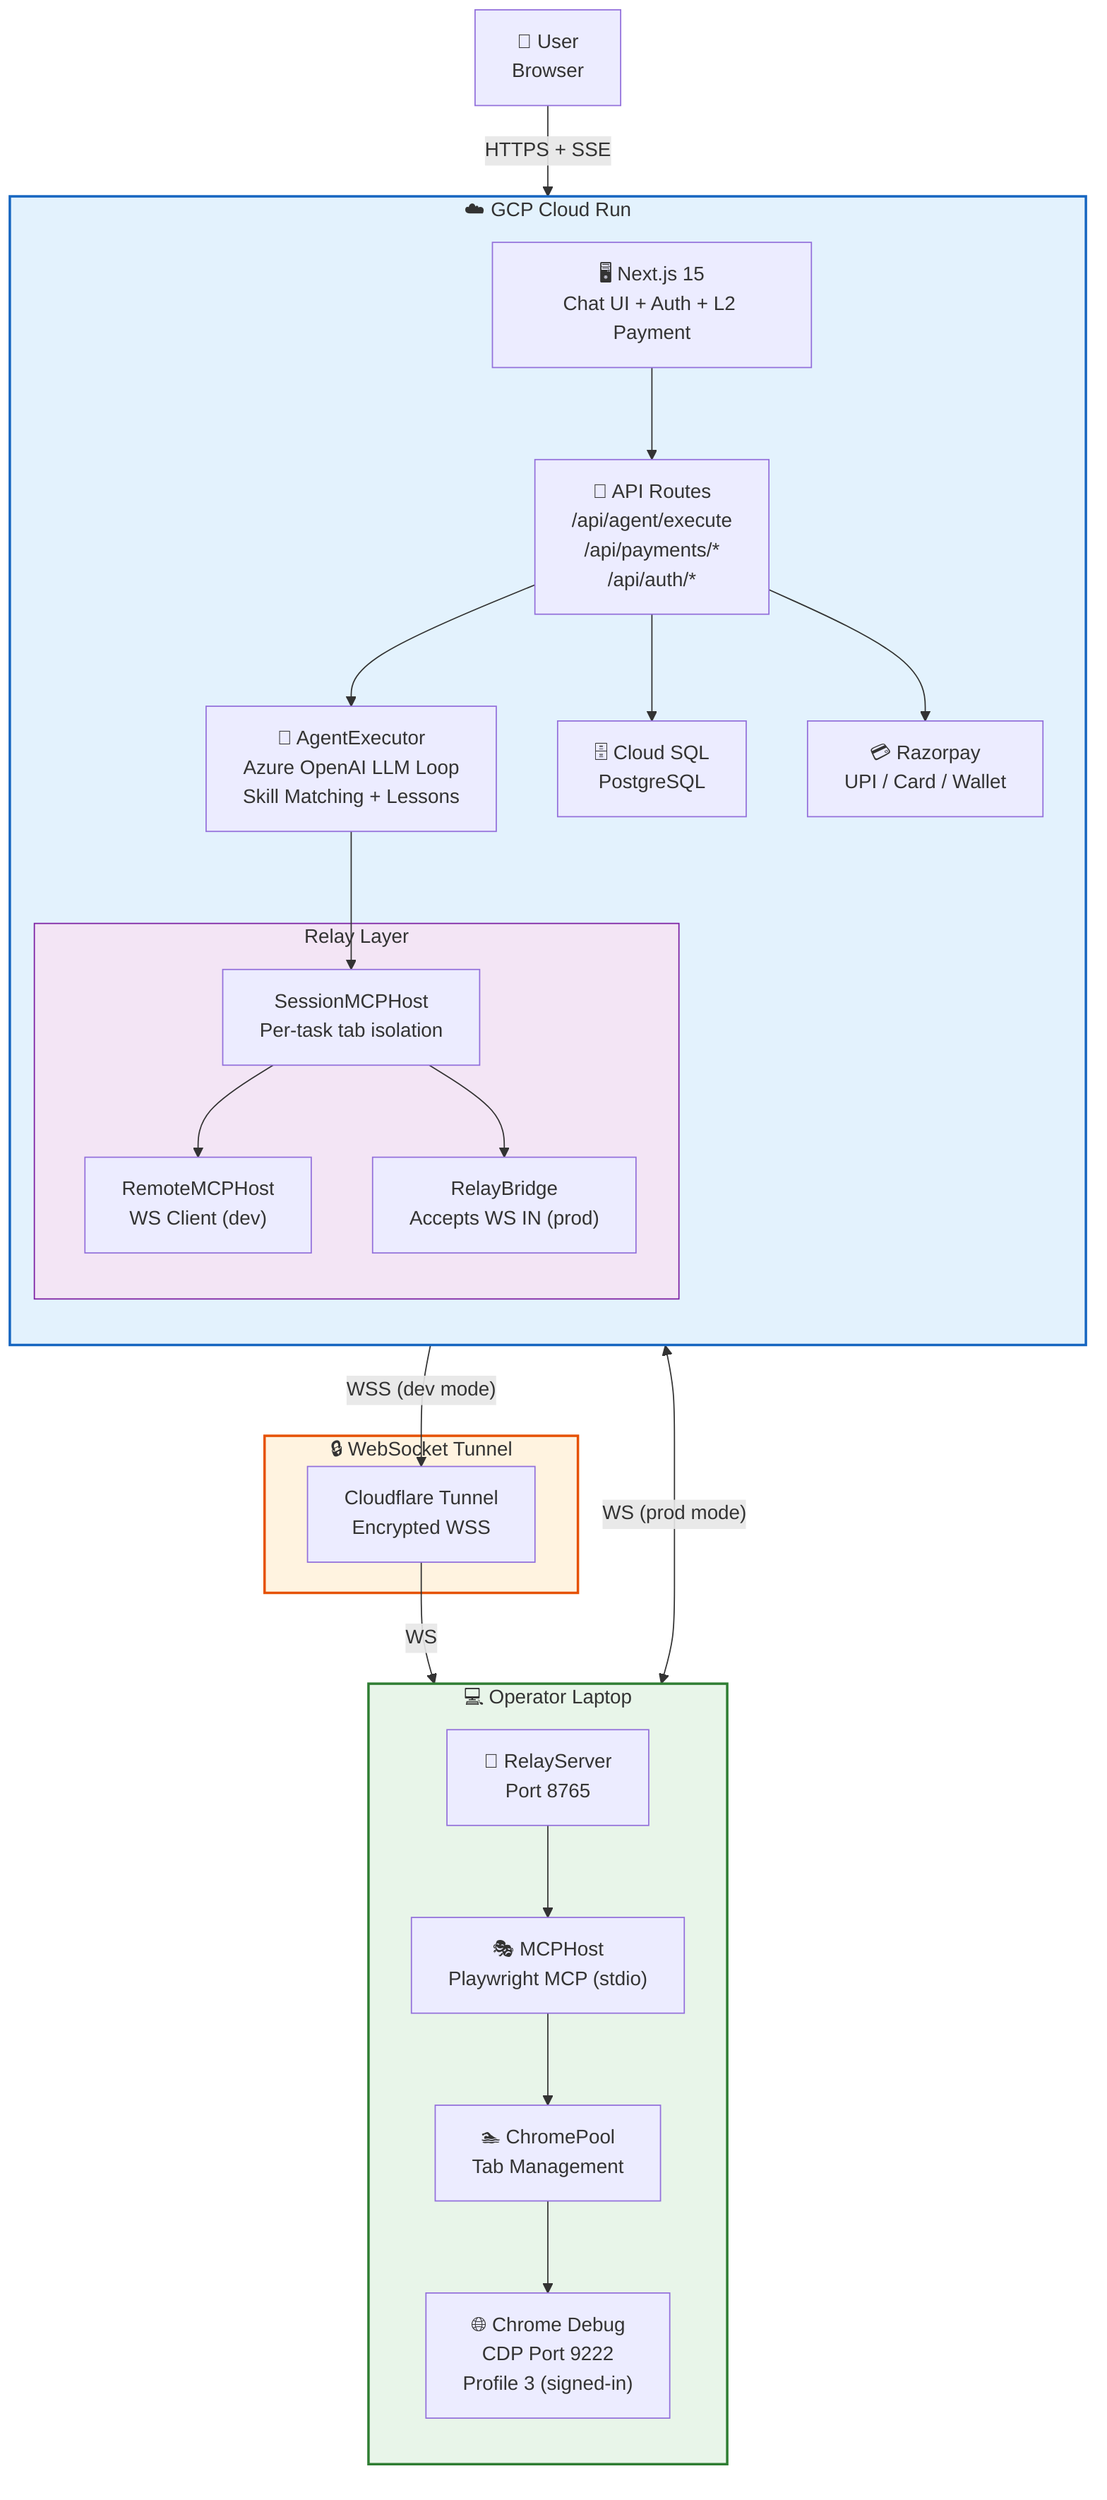
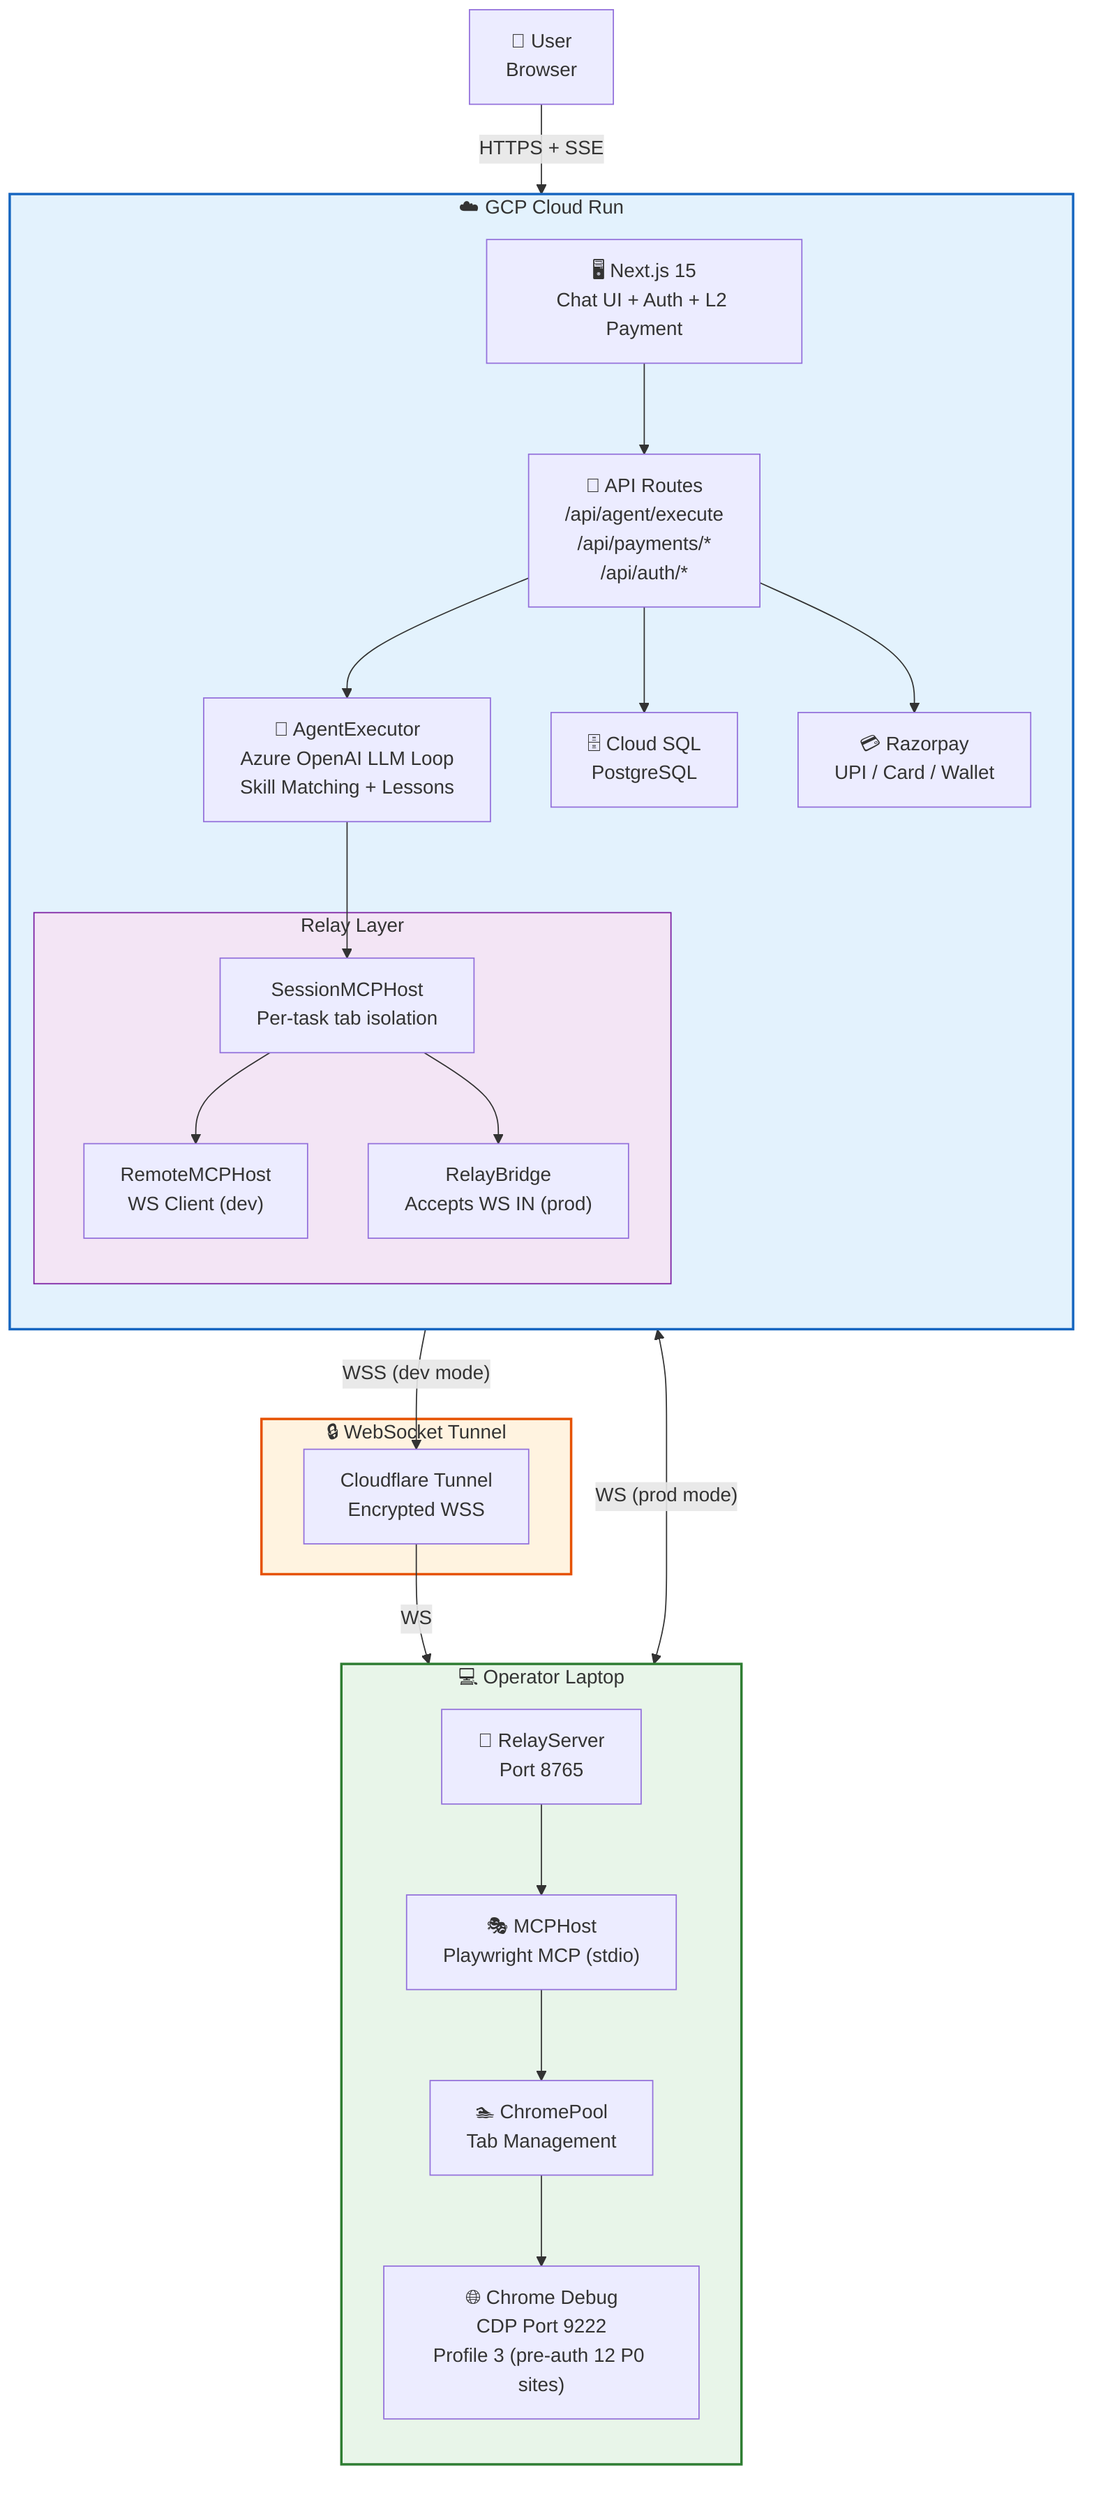
graph TB
    subgraph CLOUD["☁️ GCP Cloud Run"]
        direction TB
        UI["🖥️ Next.js 15<br/>Chat UI + Auth + L2 Payment"]
        API["📡 API Routes<br/>/api/agent/execute<br/>/api/payments/*<br/>/api/auth/*"]
        AGENT["🤖 AgentExecutor<br/>Azure OpenAI LLM Loop<br/>Skill Matching + Lessons"]
        DB["🗄️ Cloud SQL<br/>PostgreSQL"]
        PAY["💳 Razorpay<br/>UPI / Card / Wallet"]

        subgraph RELAY_CLOUD["Relay Layer"]
            SMCP["SessionMCPHost<br/>Per-task tab isolation"]
            RMCP["RemoteMCPHost<br/>WS Client (dev)"]
            RB["RelayBridge<br/>Accepts WS IN (prod)"]
        end

        UI --> API
        API --> AGENT
        AGENT --> SMCP
        SMCP --> RMCP
        SMCP --> RB
        API --> DB
        API --> PAY
    end

    subgraph TUNNEL["🔒 WebSocket Tunnel"]
        CF["Cloudflare Tunnel<br/>Encrypted WSS"]
    end

    subgraph LAPTOP["💻 Operator Laptop"]
        direction TB
        RS["📡 RelayServer<br/>Port 8765"]
        MCP["🎭 MCPHost<br/>Playwright MCP (stdio)"]
        POOL["🏊 ChromePool<br/>Tab Management"]
-         CHROME["🌐 Chrome Debug<br/>CDP Port 9222<br/>Profile 3 (signed-in)"]
+         CHROME["🌐 Chrome Debug<br/>CDP Port 9222<br/>Profile 3 (pre-auth 12 P0 sites)"]

        RS --> MCP
        MCP --> POOL
        POOL --> CHROME
    end

    USER["👤 User<br/>Browser"] -->|"HTTPS + SSE"| UI
    RMCP -->|"WSS (dev mode)"| CF
    CF -->|"WS"| RS
    RB <-->|"WS (prod mode)"| RS

    style CLOUD fill:#e3f2fd,stroke:#1565c0,stroke-width:2px
    style LAPTOP fill:#e8f5e9,stroke:#2e7d32,stroke-width:2px
    style TUNNEL fill:#fff3e0,stroke:#e65100,stroke-width:2px
    style RELAY_CLOUD fill:#f3e5f5,stroke:#7b1fa2,stroke-width:1px
